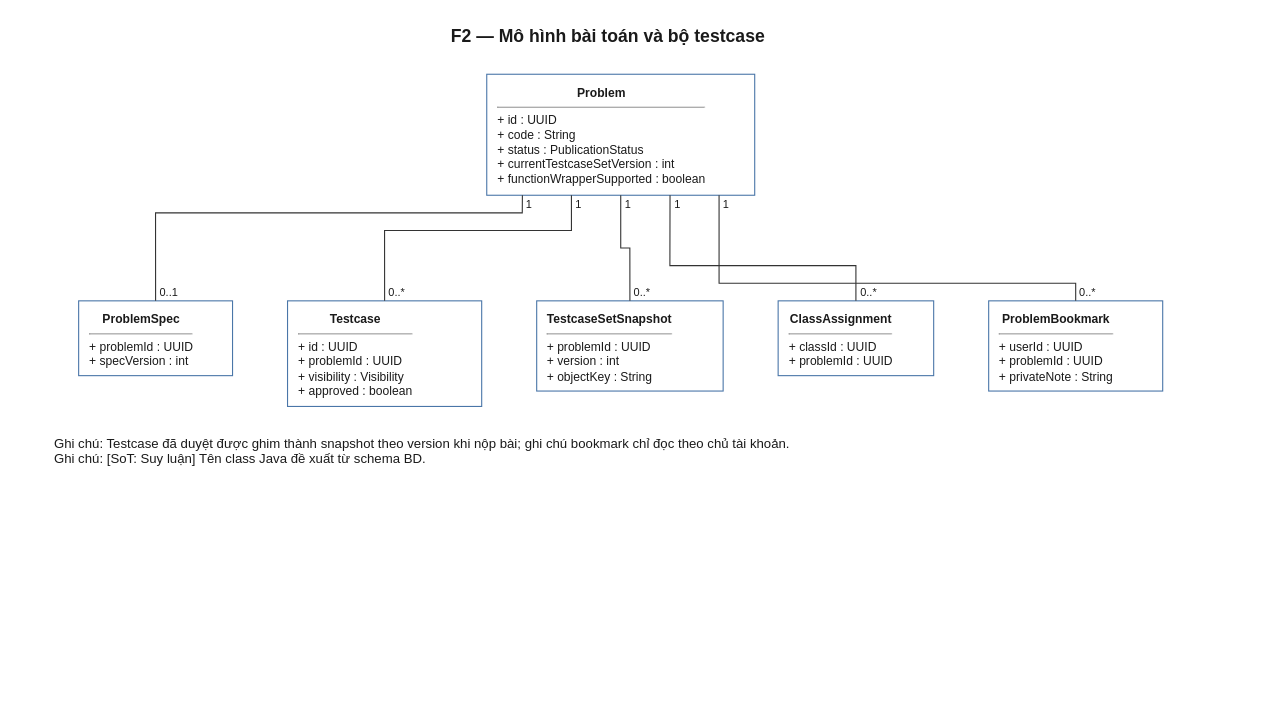
Earlier version of the draw.io diagram 08-diagram/class/shared/class_shared_problem.drawio (daiphu1801/PRJ_ALGOPREP). Source tidied: cells renumbered, new cells numbered last; positions are measured from the earlier drawing's top-left corner, leaving out a move shared by most shapes. Both pictures are drawn from the tidied source at 110%, with x=0, y=0 at pixel (19, 19).
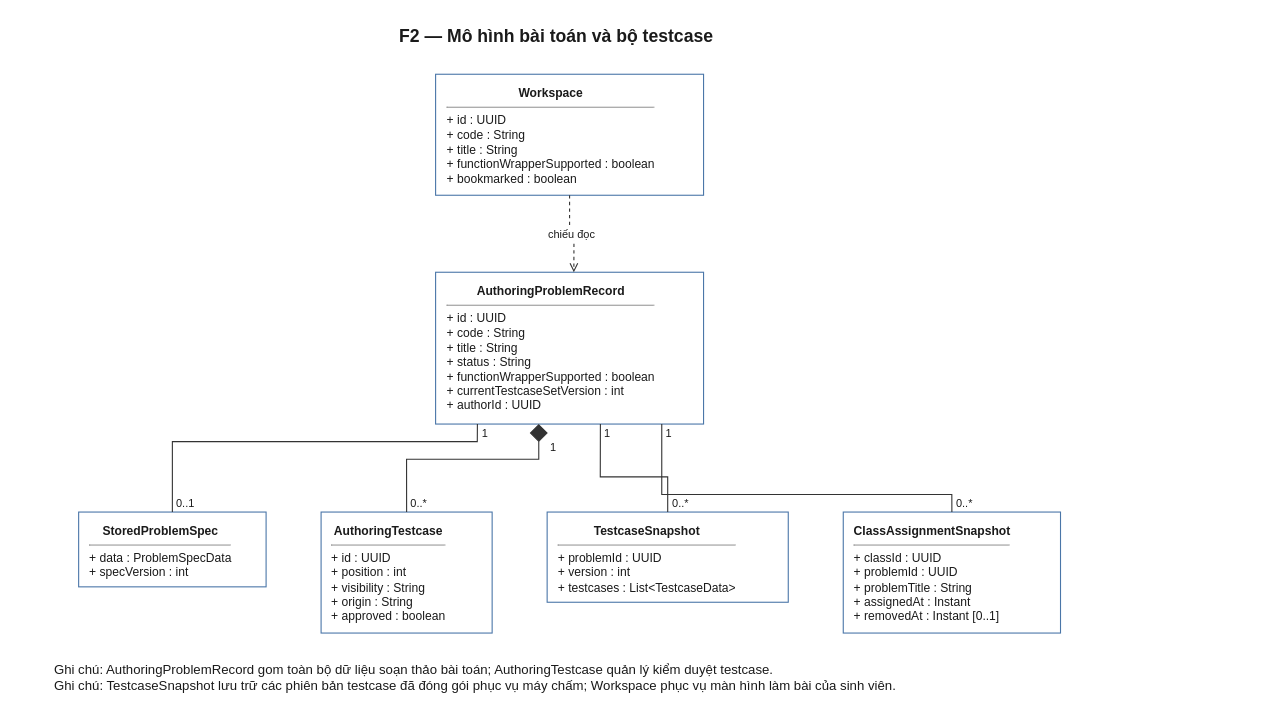
After the change.

What changed in the source:
```diff
@@
-    <mxCell id="2" value="&lt;div style=&quot;text-align:center&quot;&gt;&lt;b&gt;Problem&lt;/b&gt;&lt;/div&gt;&lt;hr size=&quot;1&quot;/&gt;+&amp;nbsp;id&amp;nbsp;:&amp;nbsp;UUID&lt;br&gt;+&amp;nbsp;code&amp;nbsp;:&amp;nbsp;String&lt;br&gt;+&amp;nbsp;status&amp;nbsp;:&amp;nbsp;PublicationStatus&lt;br&gt;+&amp;nbsp;currentTestcaseSetVersion&amp;nbsp;:&amp;nbsp;int&lt;br&gt;+&amp;nbsp;functionWrapperSupported&amp;nbsp;:&amp;nbsp;boolean" style="algoprep=class;rounded=0;whiteSpace=nowrap;html=1;align=left;verticalAlign=top;spacingLeft=8;spacingTop=4;spacingRight=8;fontSize=11;fontFamily=Helvetica;fillColor=#FFFFFF;strokeColor=#4A76A8;fontColor=#1A1A1A;" parent="1" vertex="1">
-      <mxGeometry x="425" y="50" width="243.6" height="110" as="geometry" />
+    <mxCell id="2" value="&lt;div style=&quot;text-align:center&quot;&gt;&lt;b&gt;AuthoringProblemRecord&lt;/b&gt;&lt;/div&gt;&lt;hr size=&quot;1&quot;/&gt;+&amp;nbsp;id&amp;nbsp;:&amp;nbsp;UUID&lt;br&gt;+&amp;nbsp;code&amp;nbsp;:&amp;nbsp;String&lt;br&gt;+&amp;nbsp;title&amp;nbsp;:&amp;nbsp;String&lt;br&gt;+&amp;nbsp;status&amp;nbsp;:&amp;nbsp;String&lt;br&gt;+&amp;nbsp;functionWrapperSupported&amp;nbsp;:&amp;nbsp;boolean&lt;br&gt;+&amp;nbsp;currentTestcaseSetVersion&amp;nbsp;:&amp;nbsp;int&lt;br&gt;+&amp;nbsp;authorId&amp;nbsp;:&amp;nbsp;UUID" style="algoprep=class;rounded=0;whiteSpace=nowrap;html=1;align=left;verticalAlign=top;spacingLeft=8;spacingTop=4;spacingRight=8;fontSize=11;fontFamily=Helvetica;fillColor=#FFFFFF;strokeColor=#4A76A8;fontColor=#1A1A1A;" parent="1" vertex="1">
+      <mxGeometry x="378.5" y="230" width="243.6" height="138" as="geometry" />
     </mxCell>
-    <mxCell id="3" value="&lt;div style=&quot;text-align:center&quot;&gt;&lt;b&gt;ProblemSpec&lt;/b&gt;&lt;/div&gt;&lt;hr size=&quot;1&quot;/&gt;+&amp;nbsp;problemId&amp;nbsp;:&amp;nbsp;UUID&lt;br&gt;+&amp;nbsp;specVersion&amp;nbsp;:&amp;nbsp;int" style="algoprep=class;rounded=0;whiteSpace=nowrap;html=1;align=left;verticalAlign=top;spacingLeft=8;spacingTop=4;spacingRight=8;fontSize=11;fontFamily=Helvetica;fillColor=#FFFFFF;strokeColor=#4A76A8;fontColor=#1A1A1A;" parent="1" vertex="1">
-      <mxGeometry x="54" y="256" width="139.9" height="68" as="geometry" />
+    <mxCell id="3" value="&lt;div style=&quot;text-align:center&quot;&gt;&lt;b&gt;StoredProblemSpec&lt;/b&gt;&lt;/div&gt;&lt;hr size=&quot;1&quot;/&gt;+&amp;nbsp;data&amp;nbsp;:&amp;nbsp;ProblemSpecData&lt;br&gt;+&amp;nbsp;specVersion&amp;nbsp;:&amp;nbsp;int" style="algoprep=class;rounded=0;whiteSpace=nowrap;html=1;align=left;verticalAlign=top;spacingLeft=8;spacingTop=4;spacingRight=8;fontSize=11;fontFamily=Helvetica;fillColor=#FFFFFF;strokeColor=#4A76A8;fontColor=#1A1A1A;" parent="1" vertex="1">
+      <mxGeometry x="54" y="448" width="170.4" height="68" as="geometry" />
     </mxCell>
-    <mxCell id="4" value="&lt;div style=&quot;text-align:center&quot;&gt;&lt;b&gt;Testcase&lt;/b&gt;&lt;/div&gt;&lt;hr size=&quot;1&quot;/&gt;+&amp;nbsp;id&amp;nbsp;:&amp;nbsp;UUID&lt;br&gt;+&amp;nbsp;problemId&amp;nbsp;:&amp;nbsp;UUID&lt;br&gt;+&amp;nbsp;visibility&amp;nbsp;:&amp;nbsp;Visibility&lt;br&gt;+&amp;nbsp;approved&amp;nbsp;:&amp;nbsp;boolean" style="algoprep=class;rounded=0;whiteSpace=nowrap;html=1;align=left;verticalAlign=top;spacingLeft=8;spacingTop=4;spacingRight=8;fontSize=11;fontFamily=Helvetica;fillColor=#FFFFFF;strokeColor=#4A76A8;fontColor=#1A1A1A;" parent="1" vertex="1">
-      <mxGeometry x="243.9" y="256" width="176.5" height="96" as="geometry" />
+    <mxCell id="4" value="&lt;div style=&quot;text-align:center&quot;&gt;&lt;b&gt;AuthoringTestcase&lt;/b&gt;&lt;/div&gt;&lt;hr size=&quot;1&quot;/&gt;+&amp;nbsp;id&amp;nbsp;:&amp;nbsp;UUID&lt;br&gt;+&amp;nbsp;position&amp;nbsp;:&amp;nbsp;int&lt;br&gt;+&amp;nbsp;visibility&amp;nbsp;:&amp;nbsp;String&lt;br&gt;+&amp;nbsp;origin&amp;nbsp;:&amp;nbsp;String&lt;br&gt;+&amp;nbsp;approved&amp;nbsp;:&amp;nbsp;boolean" style="algoprep=class;rounded=0;whiteSpace=nowrap;html=1;align=left;verticalAlign=top;spacingLeft=8;spacingTop=4;spacingRight=8;fontSize=11;fontFamily=Helvetica;fillColor=#FFFFFF;strokeColor=#4A76A8;fontColor=#1A1A1A;" parent="1" vertex="1">
+      <mxGeometry x="274.4" y="448" width="155.5" height="110" as="geometry" />
     </mxCell>
-    <mxCell id="5" value="&lt;div style=&quot;text-align:center&quot;&gt;&lt;b&gt;TestcaseSetSnapshot&lt;/b&gt;&lt;/div&gt;&lt;hr size=&quot;1&quot;/&gt;+&amp;nbsp;problemId&amp;nbsp;:&amp;nbsp;UUID&lt;br&gt;+&amp;nbsp;version&amp;nbsp;:&amp;nbsp;int&lt;br&gt;+&amp;nbsp;objectKey&amp;nbsp;:&amp;nbsp;String" style="algoprep=class;rounded=0;whiteSpace=nowrap;html=1;align=left;verticalAlign=top;spacingLeft=8;spacingTop=4;spacingRight=8;fontSize=11;fontFamily=Helvetica;fillColor=#FFFFFF;strokeColor=#4A76A8;fontColor=#1A1A1A;" parent="1" vertex="1">
-      <mxGeometry x="470.4" y="256" width="169.5" height="82" as="geometry" />
+    <mxCell id="5" value="&lt;div style=&quot;text-align:center&quot;&gt;&lt;b&gt;TestcaseSnapshot&lt;/b&gt;&lt;/div&gt;&lt;hr size=&quot;1&quot;/&gt;+&amp;nbsp;problemId&amp;nbsp;:&amp;nbsp;UUID&lt;br&gt;+&amp;nbsp;version&amp;nbsp;:&amp;nbsp;int&lt;br&gt;+&amp;nbsp;testcases&amp;nbsp;:&amp;nbsp;List&amp;lt;TestcaseData&amp;gt;" style="algoprep=class;rounded=0;whiteSpace=nowrap;html=1;align=left;verticalAlign=top;spacingLeft=8;spacingTop=4;spacingRight=8;fontSize=11;fontFamily=Helvetica;fillColor=#FFFFFF;strokeColor=#4A76A8;fontColor=#1A1A1A;" parent="1" vertex="1">
+      <mxGeometry x="479.9" y="448" width="219.2" height="82" as="geometry" />
     </mxCell>
-    <mxCell id="6" value="&lt;div style=&quot;text-align:center&quot;&gt;&lt;b&gt;ClassAssignment&lt;/b&gt;&lt;/div&gt;&lt;hr size=&quot;1&quot;/&gt;+&amp;nbsp;classId&amp;nbsp;:&amp;nbsp;UUID&lt;br&gt;+&amp;nbsp;problemId&amp;nbsp;:&amp;nbsp;UUID" style="algoprep=class;rounded=0;whiteSpace=nowrap;html=1;align=left;verticalAlign=top;spacingLeft=8;spacingTop=4;spacingRight=8;fontSize=11;fontFamily=Helvetica;fillColor=#FFFFFF;strokeColor=#4A76A8;fontColor=#1A1A1A;" parent="1" vertex="1">
-      <mxGeometry x="689.9" y="256" width="141.4" height="68" as="geometry" />
+    <mxCell id="6" value="&lt;div style=&quot;text-align:center&quot;&gt;&lt;b&gt;ClassAssignmentSnapshot&lt;/b&gt;&lt;/div&gt;&lt;hr size=&quot;1&quot;/&gt;+&amp;nbsp;classId&amp;nbsp;:&amp;nbsp;UUID&lt;br&gt;+&amp;nbsp;problemId&amp;nbsp;:&amp;nbsp;UUID&lt;br&gt;+&amp;nbsp;problemTitle&amp;nbsp;:&amp;nbsp;String&lt;br&gt;+&amp;nbsp;assignedAt&amp;nbsp;:&amp;nbsp;Instant&lt;br&gt;+&amp;nbsp;removedAt&amp;nbsp;:&amp;nbsp;Instant&amp;nbsp;[0..1]" style="algoprep=class;rounded=0;whiteSpace=nowrap;html=1;align=left;verticalAlign=top;spacingLeft=8;spacingTop=4;spacingRight=8;fontSize=11;fontFamily=Helvetica;fillColor=#FFFFFF;strokeColor=#4A76A8;fontColor=#1A1A1A;" parent="1" vertex="1">
+      <mxGeometry x="749.1" y="448" width="197.5" height="110" as="geometry" />
     </mxCell>
-    <mxCell id="7" value="&lt;div style=&quot;text-align:center&quot;&gt;&lt;b&gt;ProblemBookmark&lt;/b&gt;&lt;/div&gt;&lt;hr size=&quot;1&quot;/&gt;+&amp;nbsp;userId&amp;nbsp;:&amp;nbsp;UUID&lt;br&gt;+&amp;nbsp;problemId&amp;nbsp;:&amp;nbsp;UUID&lt;br&gt;+&amp;nbsp;privateNote&amp;nbsp;:&amp;nbsp;String" style="algoprep=class;rounded=0;whiteSpace=nowrap;html=1;align=left;verticalAlign=top;spacingLeft=8;spacingTop=4;spacingRight=8;fontSize=11;fontFamily=Helvetica;fillColor=#FFFFFF;strokeColor=#4A76A8;fontColor=#1A1A1A;" parent="1" vertex="1">
-      <mxGeometry x="881.3" y="256" width="158.2" height="82" as="geometry" />
-    </mxCell>
+    <mxCell id="25" value="&lt;div style=&quot;text-align:center&quot;&gt;&lt;b&gt;Workspace&lt;/b&gt;&lt;/div&gt;&lt;hr size=&quot;1&quot;/&gt;+&amp;nbsp;id&amp;nbsp;:&amp;nbsp;UUID&lt;br&gt;+&amp;nbsp;code&amp;nbsp;:&amp;nbsp;String&lt;br&gt;+&amp;nbsp;title&amp;nbsp;:&amp;nbsp;String&lt;br&gt;+&amp;nbsp;functionWrapperSupported&amp;nbsp;:&amp;nbsp;boolean&lt;br&gt;+&amp;nbsp;bookmarked&amp;nbsp;:&amp;nbsp;boolean" style="algoprep=class;rounded=0;whiteSpace=nowrap;html=1;align=left;verticalAlign=top;spacingLeft=8;spacingTop=4;spacingRight=8;fontSize=11;fontFamily=Helvetica;fillColor=#FFFFFF;strokeColor=#4A76A8;fontColor=#1A1A1A;" parent="1" vertex="1">
+      <mxGeometry x="378.5" y="50" width="243.6" height="110" as="geometry" />
+    </mxCell>
-    <mxCell id="8" style="html=1;rounded=0;jettySize=auto;fontSize=10;strokeColor=#333333;fontColor=#1A1A1A;labelBackgroundColor=#FFFFFF;exitX=0.133;exitY=1;exitDx=0;exitDy=0;exitPerimeter=0;entryX=0.500;entryY=0;entryDx=0;entryDy=0;entryPerimeter=0;startArrow=none;endArrow=none;" parent="1" edge="1" source="2" target="3">
+    <mxCell id="8" style="html=1;rounded=0;jettySize=auto;fontSize=10;strokeColor=#333333;fontColor=#1A1A1A;labelBackgroundColor=#FFFFFF;exitX=0.156;exitY=1;exitDx=0;exitDy=0;exitPerimeter=0;entryX=0.500;entryY=0;entryDx=0;entryDy=0;entryPerimeter=0;startArrow=none;endArrow=none;" parent="1" edge="1" source="2" target="3">
       <mxGeometry relative="1" as="geometry">
         <Array as="points">
-          <mxPoint x="457.3" y="176" />
-          <mxPoint x="123.9" y="176" />
+          <mxPoint x="416.4" y="384" />
+          <mxPoint x="139.2" y="384" />
         </Array>
       </mxGeometry>
     </mxCell>
     <mxCell id="9" value="1" style="text;html=1;fontSize=10;fontColor=#1A1A1A;align=left;verticalAlign=middle;spacing=0;" parent="1" vertex="1">
-      <mxGeometry x="461.4" y="161" width="24" height="14" as="geometry" />
+      <mxGeometry x="420.5" y="369" width="24" height="14" as="geometry" />
     </mxCell>
     <mxCell id="10" value="0..1" style="text;html=1;fontSize=10;fontColor=#1A1A1A;align=left;verticalAlign=middle;spacing=0;" parent="1" vertex="1">
-      <mxGeometry x="127.9" y="241" width="24" height="14" as="geometry" />
+      <mxGeometry x="143.2" y="433" width="24" height="14" as="geometry" />
     </mxCell>
-    <mxCell id="11" style="html=1;rounded=0;jettySize=auto;fontSize=10;strokeColor=#333333;fontColor=#1A1A1A;labelBackgroundColor=#FFFFFF;exitX=0.316;exitY=1;exitDx=0;exitDy=0;exitPerimeter=0;entryX=0.500;entryY=0;entryDx=0;entryDy=0;entryPerimeter=0;startArrow=none;endArrow=none;" parent="1" edge="1" source="2" target="4">
+    <mxCell id="11" style="html=1;rounded=0;jettySize=auto;fontSize=10;strokeColor=#333333;fontColor=#1A1A1A;labelBackgroundColor=#FFFFFF;exitX=0.385;exitY=1;exitDx=0;exitDy=0;exitPerimeter=0;entryX=0.500;entryY=0;entryDx=0;entryDy=0;entryPerimeter=0;startArrow=diamond;startSize=14;startFill=1;endArrow=none;" parent="1" edge="1" source="2" target="4">
       <mxGeometry relative="1" as="geometry">
         <Array as="points">
-          <mxPoint x="502" y="192" />
-          <mxPoint x="332.1" y="192" />
+          <mxPoint x="472.3" y="400" />
+          <mxPoint x="352.1" y="400" />
         </Array>
       </mxGeometry>
     </mxCell>
     <mxCell id="12" value="1" style="text;html=1;fontSize=10;fontColor=#1A1A1A;align=left;verticalAlign=middle;spacing=0;" parent="1" vertex="1">
-      <mxGeometry x="505.9" y="161" width="24" height="14" as="geometry" />
+      <mxGeometry x="483.3" y="382" width="24" height="14" as="geometry" />
     </mxCell>
     <mxCell id="13" value="0..*" style="text;html=1;fontSize=10;fontColor=#1A1A1A;align=left;verticalAlign=middle;spacing=0;" parent="1" vertex="1">
-      <mxGeometry x="336.1" y="241" width="24" height="14" as="geometry" />
+      <mxGeometry x="356.1" y="433" width="24" height="14" as="geometry" />
     </mxCell>
-    <mxCell id="14" style="html=1;rounded=0;jettySize=auto;fontSize=10;strokeColor=#333333;fontColor=#1A1A1A;labelBackgroundColor=#FFFFFF;exitX=0.500;exitY=1;exitDx=0;exitDy=0;exitPerimeter=0;entryX=0.500;entryY=0;entryDx=0;entryDy=0;entryPerimeter=0;startArrow=none;endArrow=none;" parent="1" edge="1" source="2" target="5">
+    <mxCell id="14" style="html=1;rounded=0;jettySize=auto;fontSize=10;strokeColor=#333333;fontColor=#1A1A1A;labelBackgroundColor=#FFFFFF;exitX=0.615;exitY=1;exitDx=0;exitDy=0;exitPerimeter=0;entryX=0.500;entryY=0;entryDx=0;entryDy=0;entryPerimeter=0;startArrow=none;endArrow=none;" parent="1" edge="1" source="2" target="5">
       <mxGeometry relative="1" as="geometry">
         <Array as="points">
-          <mxPoint x="546.8" y="208" />
-          <mxPoint x="555.1" y="208" />
+          <mxPoint x="528.2" y="416" />
+          <mxPoint x="589.5" y="416" />
         </Array>
       </mxGeometry>
     </mxCell>
     <mxCell id="15" value="1" style="text;html=1;fontSize=10;fontColor=#1A1A1A;align=left;verticalAlign=middle;spacing=0;" parent="1" vertex="1">
-      <mxGeometry x="550.8" y="161" width="24" height="14" as="geometry" />
+      <mxGeometry x="532.3" y="369" width="24" height="14" as="geometry" />
     </mxCell>
     <mxCell id="16" value="0..*" style="text;html=1;fontSize=10;fontColor=#1A1A1A;align=left;verticalAlign=middle;spacing=0;" parent="1" vertex="1">
-      <mxGeometry x="559.1" y="241" width="24" height="14" as="geometry" />
+      <mxGeometry x="593.5" y="433" width="24" height="14" as="geometry" />
     </mxCell>
-    <mxCell id="17" style="html=1;rounded=0;jettySize=auto;fontSize=10;strokeColor=#333333;fontColor=#1A1A1A;labelBackgroundColor=#FFFFFF;exitX=0.684;exitY=1;exitDx=0;exitDy=0;exitPerimeter=0;entryX=0.500;entryY=0;entryDx=0;entryDy=0;entryPerimeter=0;startArrow=none;endArrow=none;" parent="1" edge="1" source="2" target="6">
+    <mxCell id="17" style="html=1;rounded=0;jettySize=auto;fontSize=10;strokeColor=#333333;fontColor=#1A1A1A;labelBackgroundColor=#FFFFFF;exitX=0.844;exitY=1;exitDx=0;exitDy=0;exitPerimeter=0;entryX=0.500;entryY=0;entryDx=0;entryDy=0;entryPerimeter=0;startArrow=none;endArrow=none;" parent="1" edge="1" source="2" target="6">
       <mxGeometry relative="1" as="geometry">
         <Array as="points">
-          <mxPoint x="591.5" y="224" />
-          <mxPoint x="760.6" y="224" />
+          <mxPoint x="584.1" y="432" />
+          <mxPoint x="847.8" y="432" />
         </Array>
       </mxGeometry>
     </mxCell>
     <mxCell id="18" value="1" style="text;html=1;fontSize=10;fontColor=#1A1A1A;align=left;verticalAlign=middle;spacing=0;" parent="1" vertex="1">
-      <mxGeometry x="595.6" y="161" width="24" height="14" as="geometry" />
+      <mxGeometry x="588.1" y="369" width="24" height="14" as="geometry" />
     </mxCell>
     <mxCell id="19" value="0..*" style="text;html=1;fontSize=10;fontColor=#1A1A1A;align=left;verticalAlign=middle;spacing=0;" parent="1" vertex="1">
-      <mxGeometry x="764.6" y="241" width="24" height="14" as="geometry" />
+      <mxGeometry x="851.8" y="433" width="24" height="14" as="geometry" />
     </mxCell>
-    <mxCell id="20" style="html=1;rounded=0;jettySize=auto;fontSize=10;strokeColor=#333333;fontColor=#1A1A1A;labelBackgroundColor=#FFFFFF;exitX=0.867;exitY=1;exitDx=0;exitDy=0;exitPerimeter=0;entryX=0.500;entryY=0;entryDx=0;entryDy=0;entryPerimeter=0;startArrow=none;endArrow=none;" parent="1" edge="1" source="2" target="7">
+    <mxCell id="20" value="chiếu đọc" style="html=1;rounded=0;jettySize=auto;fontSize=10;strokeColor=#333333;fontColor=#1A1A1A;labelBackgroundColor=#FFFFFF;exitX=0.500;exitY=1;exitDx=0;exitDy=0;exitPerimeter=0;entryX=0.516;entryY=0;entryDx=0;entryDy=0;entryPerimeter=0;dashed=1;startArrow=none;endArrow=open;endFill=0;" parent="1" edge="1" source="25" target="2">
       <mxGeometry relative="1" as="geometry">
         <Array as="points">
-          <mxPoint x="636.2" y="240" />
-          <mxPoint x="960.4" y="240" />
+          <mxPoint x="500.3" y="195" />
+          <mxPoint x="504.3" y="195" />
         </Array>
       </mxGeometry>
     </mxCell>
+    <mxCell id="23" value="F2 — Mô hình bài toán và bộ testcase" style="text;html=1;fontSize=16;fontStyle=1;align=center;verticalAlign=middle;fontColor=#1A1A1A;" parent="1" vertex="1">
+      <mxGeometry width="976.6" height="30" as="geometry" />
+    </mxCell>
-    <mxCell id="21" value="1" style="text;html=1;fontSize=10;fontColor=#1A1A1A;align=left;verticalAlign=middle;spacing=0;" parent="1" vertex="1">
-      <mxGeometry x="640.2" y="161" width="24" height="14" as="geometry" />
+    <mxCell id="21" value="Ghi chú: AuthoringProblemRecord gom toàn bộ dữ liệu soạn thảo bài toán; AuthoringTestcase quản lý kiểm duyệt testcase.&lt;br&gt;Ghi chú: TestcaseSnapshot lưu trữ các phiên bản testcase đã đóng gói phục vụ máy chấm; Workspace phục vụ màn hình làm bài của sinh viên." style="text;html=1;align=left;verticalAlign=top;fontSize=12;fontColor=#1A1A1A;" parent="1" vertex="1">
+      <mxGeometry x="30" y="578" width="1100" height="44" as="geometry" />
     </mxCell>
-    <mxCell id="22" value="0..*" style="text;html=1;fontSize=10;fontColor=#1A1A1A;align=left;verticalAlign=middle;spacing=0;" parent="1" vertex="1">
-      <mxGeometry x="964.4" y="241" width="24" height="14" as="geometry" />
-    </mxCell>
-    <mxCell id="23" value="F2 — Mô hình bài toán và bộ testcase" style="text;html=1;fontSize=16;fontStyle=1;align=center;verticalAlign=middle;fontColor=#1A1A1A;" parent="1" vertex="1">
-      <mxGeometry width="1069.5" height="30" as="geometry" />
-    </mxCell>
-    <mxCell id="24" value="Ghi chú: Testcase đã duyệt được ghim thành snapshot theo version khi nộp bài; ghi chú bookmark chỉ đọc theo chủ tài khoản.&lt;br&gt;Ghi chú: [SoT: Suy luận] Tên class Java đề xuất từ schema BD." style="text;html=1;align=left;verticalAlign=top;fontSize=12;fontColor=#1A1A1A;" parent="1" vertex="1">
-      <mxGeometry x="30" y="372" width="1100" height="44" as="geometry" />
-    </mxCell>
```
